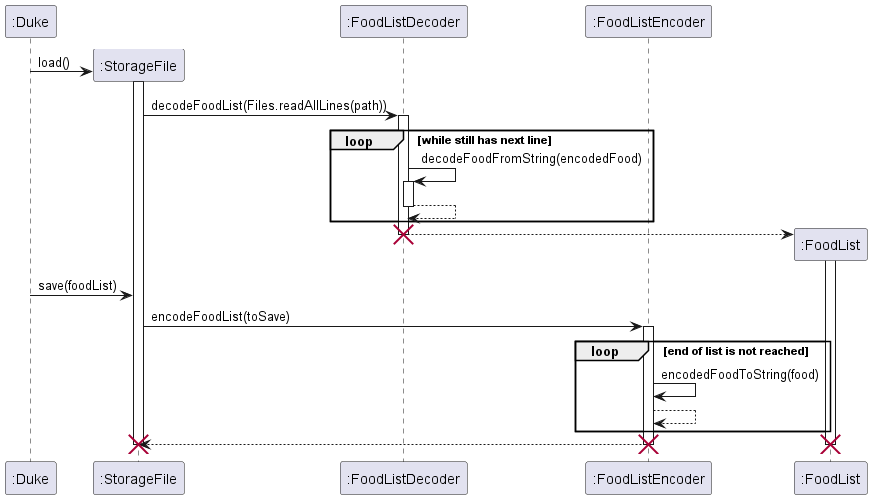
Earlier version of the PlantUML export docs/images/StorageSequenceDiagram.png (tsx0314/tp).
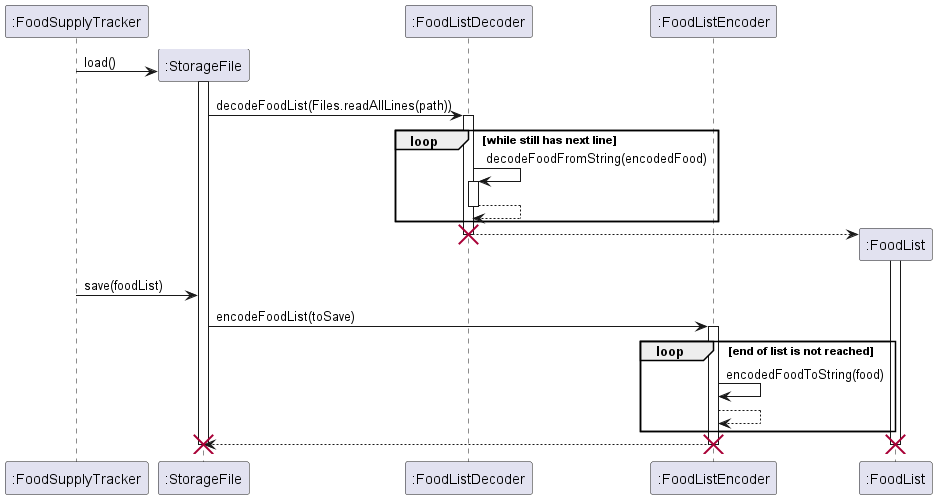
The same file after the commit.

Change to the diagram source:
```diff
@@ -1,10 +1,10 @@
 @startuml
 
 
-participant ":Duke"
+participant ":FoodSupplyTracker"
 
 create ":StorageFile" as sf
-":Duke" -> sf: load()
+":FoodSupplyTracker" -> sf: load()
 activate sf
 
 
@@ -25,7 +25,7 @@
 destroy ":FoodListDecoder"
 activate fl
 
-":Duke" -> sf: save(foodList)
+":FoodSupplyTracker" -> sf: save(foodList)
 sf -> ":FoodListEncoder": encodeFoodList(toSave)
 activate ":FoodListEncoder"
 loop end of list is not reached
```
